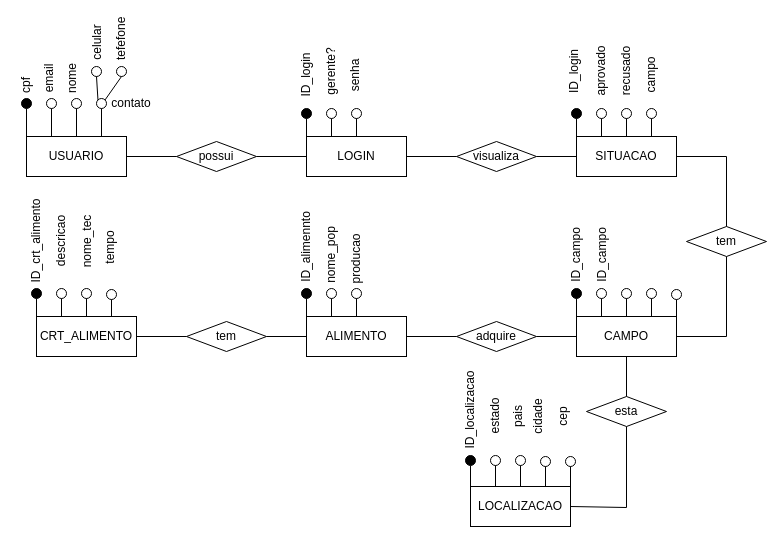
Earlier version of the draw.io diagram Diagrama sem nome.drawio (Thiago163/api_sistema_trienal). Source tidied: cells renumbered, new cells numbered last; positions are measured from the earlier drawing's top-left corner, leaving out a move shared by most shapes. Both pictures are drawn from the tidied source at 100%, with x=0, y=0 at pixel (11, 30).
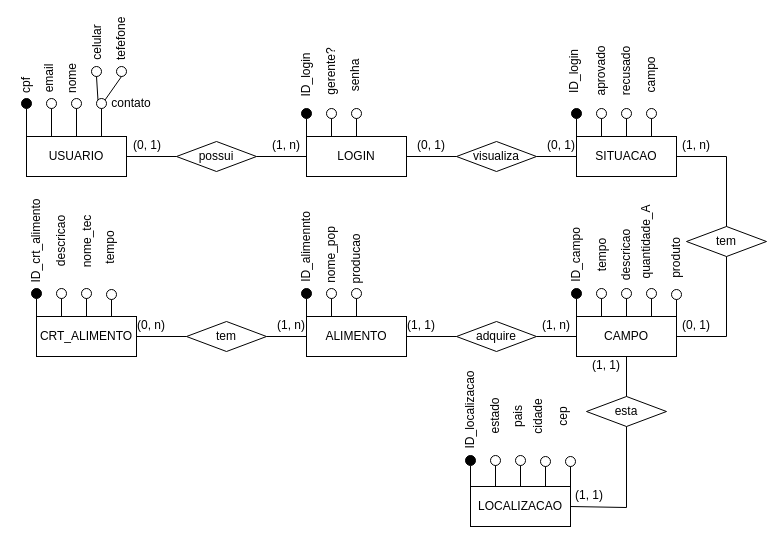
After the change.

The edit, as a diff of the source:
```diff
@@
-    <mxCell id="109" value="ID_campo" style="text;html=1;align=center;verticalAlign=middle;whiteSpace=wrap;rounded=0;rotation=-90;" parent="1" vertex="1">
+    <mxCell id="109" value="tempo" style="text;html=1;align=center;verticalAlign=middle;whiteSpace=wrap;rounded=0;rotation=-90;" parent="1" vertex="1">
       <mxGeometry x="568.5" y="215" width="45" height="20" as="geometry" />
     </mxCell>
@@
+    <mxCell id="114" value="descricao" style="text;html=1;align=center;verticalAlign=middle;whiteSpace=wrap;rounded=0;rotation=-90;" parent="1" vertex="1">
+      <mxGeometry x="592.5" y="215" width="45" height="20" as="geometry" />
+    </mxCell>
+    <mxCell id="115" value="quantidade_A" style="text;html=1;align=center;verticalAlign=middle;whiteSpace=wrap;rounded=0;rotation=-90;" parent="1" vertex="1">
+      <mxGeometry x="612.5" y="202" width="45" height="20" as="geometry" />
+    </mxCell>
+    <mxCell id="116" value="produto" style="text;html=1;align=center;verticalAlign=middle;whiteSpace=wrap;rounded=0;rotation=-90;" parent="1" vertex="1">
+      <mxGeometry x="642.5" y="218" width="45" height="20" as="geometry" />
+    </mxCell>
+    <mxCell id="117" value="(0, 1)" style="text;html=1;align=center;verticalAlign=middle;whiteSpace=wrap;rounded=0;rotation=0;" parent="1" vertex="1">
+      <mxGeometry x="121" y="106" width="30" height="18" as="geometry" />
+    </mxCell>
+    <mxCell id="118" value="(1, n)" style="text;html=1;align=center;verticalAlign=middle;whiteSpace=wrap;rounded=0;rotation=0;" parent="1" vertex="1">
+      <mxGeometry x="260" y="106" width="30" height="18" as="geometry" />
+    </mxCell>
+    <mxCell id="119" value="(0, 1)" style="text;html=1;align=center;verticalAlign=middle;whiteSpace=wrap;rounded=0;rotation=0;" parent="1" vertex="1">
+      <mxGeometry x="405" y="106" width="30" height="18" as="geometry" />
+    </mxCell>
+    <mxCell id="120" value="(0, 1)" style="text;html=1;align=center;verticalAlign=middle;whiteSpace=wrap;rounded=0;rotation=0;" parent="1" vertex="1">
+      <mxGeometry x="535" y="106" width="30" height="18" as="geometry" />
+    </mxCell>
+    <mxCell id="121" value="(1, n)" style="text;html=1;align=center;verticalAlign=middle;whiteSpace=wrap;rounded=0;rotation=0;" parent="1" vertex="1">
+      <mxGeometry x="670" y="106" width="30" height="18" as="geometry" />
+    </mxCell>
+    <mxCell id="122" value="(0, 1)" style="text;html=1;align=center;verticalAlign=middle;whiteSpace=wrap;rounded=0;rotation=0;" parent="1" vertex="1">
+      <mxGeometry x="670" y="286" width="30" height="18" as="geometry" />
+    </mxCell>
+    <mxCell id="123" value="(1, 1)" style="text;html=1;align=center;verticalAlign=middle;whiteSpace=wrap;rounded=0;rotation=0;" parent="1" vertex="1">
+      <mxGeometry x="562.5" y="456" width="30" height="18" as="geometry" />
+    </mxCell>
+    <mxCell id="124" value="(1, 1)" style="text;html=1;align=center;verticalAlign=middle;whiteSpace=wrap;rounded=0;rotation=0;" parent="1" vertex="1">
+      <mxGeometry x="580" y="326" width="30" height="18" as="geometry" />
+    </mxCell>
+    <mxCell id="125" value="(1, n)" style="text;html=1;align=center;verticalAlign=middle;whiteSpace=wrap;rounded=0;rotation=0;" parent="1" vertex="1">
+      <mxGeometry x="530" y="286" width="30" height="18" as="geometry" />
+    </mxCell>
+    <mxCell id="126" value="(1, 1)" style="text;html=1;align=center;verticalAlign=middle;whiteSpace=wrap;rounded=0;rotation=0;" parent="1" vertex="1">
+      <mxGeometry x="395" y="286" width="30" height="18" as="geometry" />
+    </mxCell>
+    <mxCell id="127" value="(1, n)" style="text;html=1;align=center;verticalAlign=middle;whiteSpace=wrap;rounded=0;rotation=0;" parent="1" vertex="1">
+      <mxGeometry x="265" y="286" width="30" height="18" as="geometry" />
+    </mxCell>
+    <mxCell id="128" value="(0, n)" style="text;html=1;align=center;verticalAlign=middle;whiteSpace=wrap;rounded=0;rotation=0;" parent="1" vertex="1">
+      <mxGeometry x="125" y="286" width="30" height="18" as="geometry" />
+    </mxCell>
```
